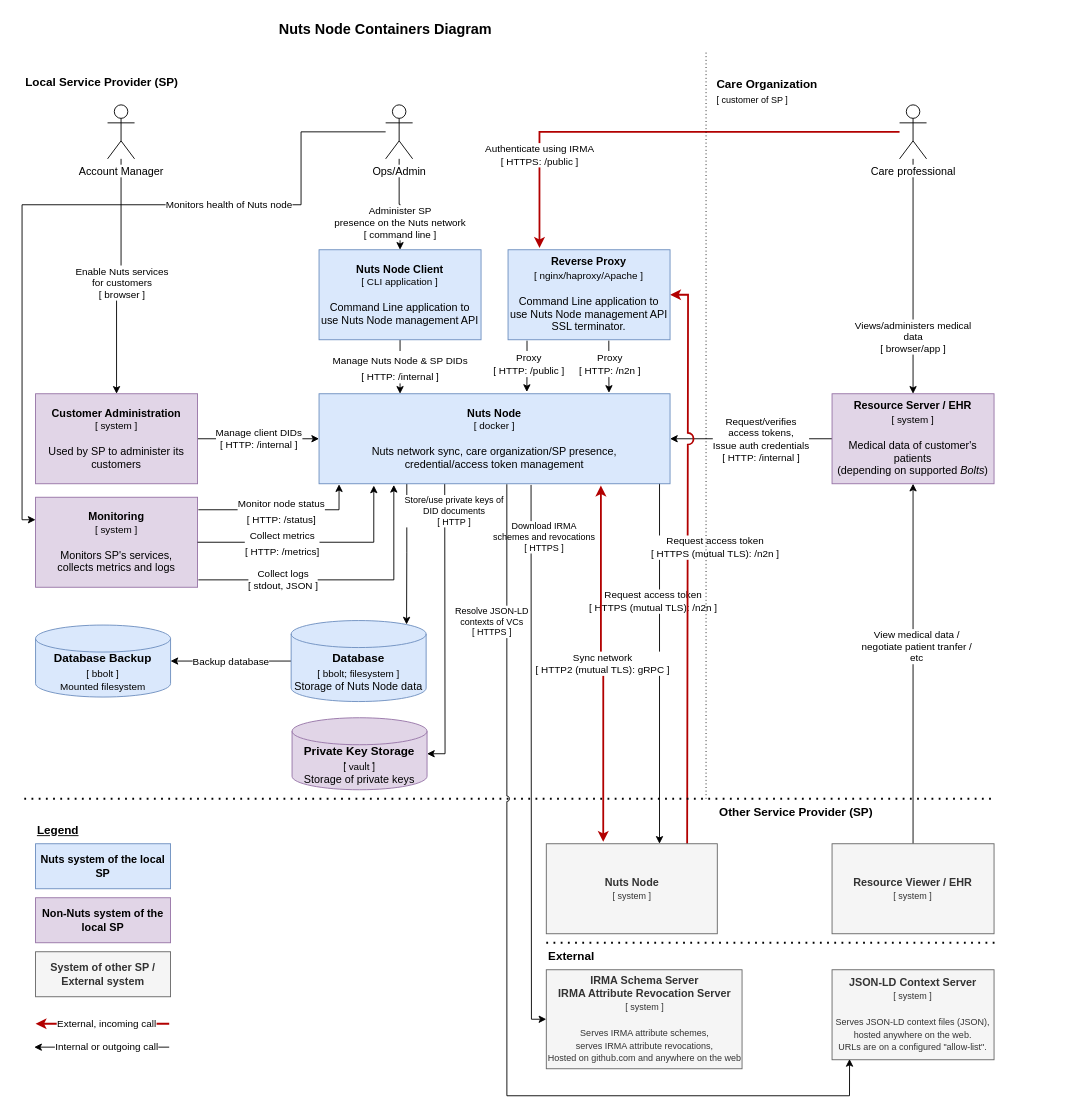
The draw.io diagram page "Container Diagram (IST)" (2 of 2) of docs/diagrams/deployment-diagram.drawio in nuts-foundation/nuts-node, before the edit. Source tidied: cells renumbered, new cells numbered last; positions are measured from the earlier drawing's top-left corner, leaving out a move shared by most shapes. Both pictures are drawn from the tidied source at 90%, with x=0, y=0 at pixel (22, 15).
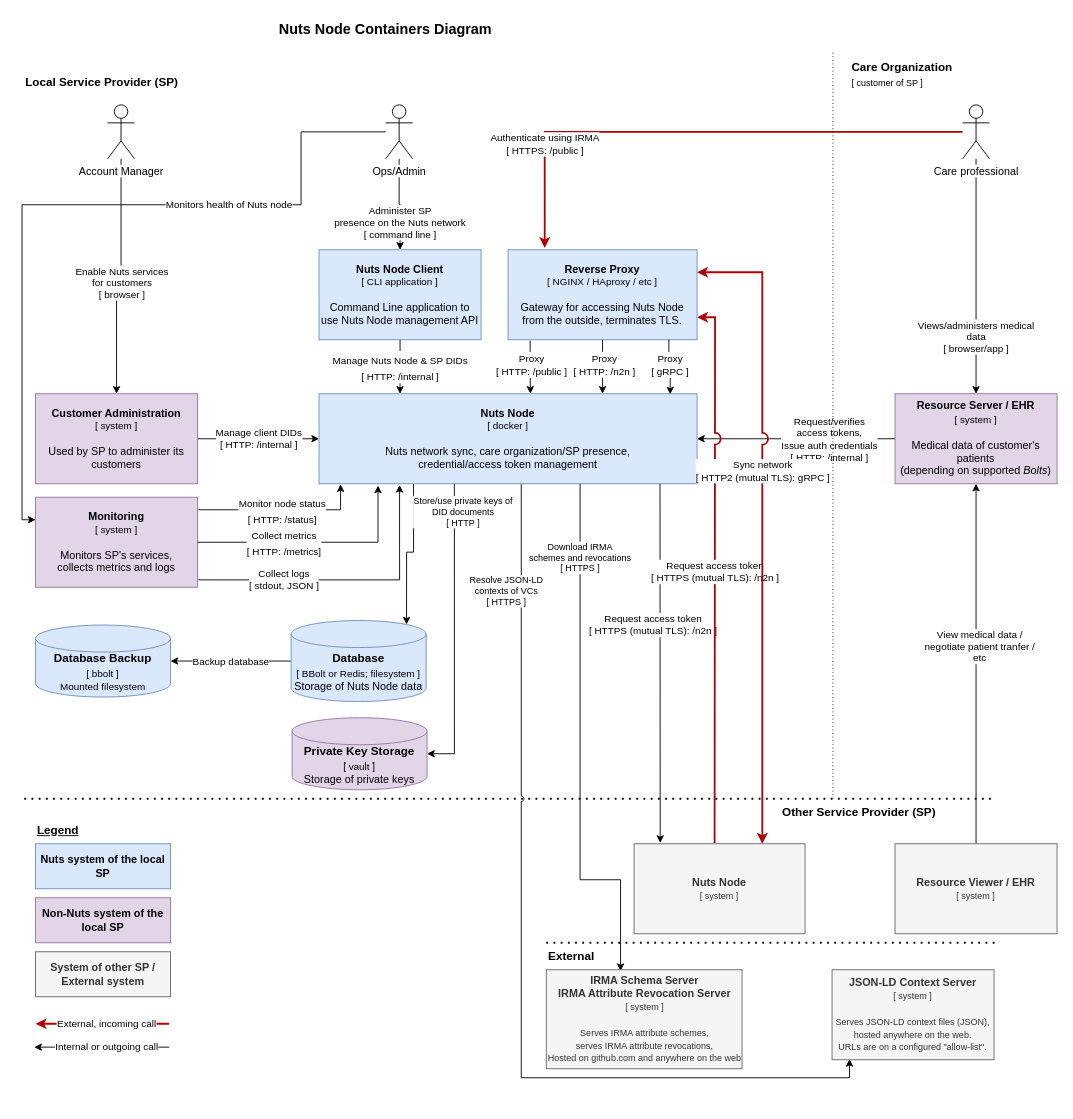
The same diagram, later.

Commit message (it also covers changes not shown here):
Docs: updated deployment diagram to recommend TLS offloading for gRPC traffic

The change refers to these unchanged cells:
```xml
<mxCell id="16" style="edgeStyle=orthogonalEdgeStyle;rounded=0;jettySize=auto;html=1;fontSize=11;strokeWidth=1;" parent="1" edge="1" source="18" target="15">
  <mxGeometry relative="1" as="geometry" />
</mxCell>
<mxCell id="52" value="&lt;b&gt;IRMA Schema Server&lt;br&gt;IRMA Attribute Revocation Server&lt;br&gt;&lt;/b&gt;&lt;font style=&quot;font-size: 10px;&quot;&gt;[ system ]&lt;br&gt;&lt;br&gt;Serves IRMA attribute schemes,&lt;br&gt;serves IRMA attribute revocations,&lt;br&gt;Hosted on github.com and anywhere on the web&lt;br&gt;&lt;/font&gt;" style="rounded=0;whiteSpace=wrap;html=1;fillColor=#f5f5f5;strokeColor=#666666;fontColor=#333333;" parent="1" vertex="1">
  <mxGeometry x="582.5" y="1060" width="217.5" height="110" as="geometry" />
</mxCell>
<mxCell id="53" value="&lt;b&gt;JSON-LD Context Server&lt;br&gt;&lt;/b&gt;&lt;font style=&quot;font-size: 10px;&quot;&gt;[ system ]&lt;br&gt;&lt;br&gt;Serves JSON-LD context files (JSON),&lt;br&gt;hosted anywhere on the web.&lt;br&gt;URLs are on a configured &quot;allow-list&quot;.&lt;br&gt;&lt;/font&gt;" style="rounded=0;whiteSpace=wrap;html=1;fillColor=#f5f5f5;strokeColor=#666666;fontColor=#333333;" parent="1" vertex="1">
  <mxGeometry x="900" y="1060" width="180" height="100" as="geometry" />
</mxCell>
<mxCell id="57" value="External" style="text;html=1;strokeColor=none;fillColor=none;align=left;verticalAlign=middle;whiteSpace=wrap;rounded=0;dashed=1;fontSize=13;fontStyle=1;" parent="1" vertex="1">
  <mxGeometry x="582.5" y="1030" width="185" height="30" as="geometry" />
</mxCell>
```

The edit, as a diff of the source:
```diff
@@
     <mxCell id="9" value="&lt;span style=&quot;background-color: rgb(255, 255, 255);&quot;&gt;Care professional&lt;br&gt;&lt;/span&gt;" style="shape=umlActor;verticalLabelPosition=bottom;verticalAlign=top;html=1;outlineConnect=0;" parent="1" vertex="1">
-      <mxGeometry x="975" y="99" width="30" height="60" as="geometry" />
+      <mxGeometry x="1045" y="99" width="30" height="60" as="geometry" />
     </mxCell>
@@
-    <mxCell id="11" value="Download IRMA&lt;br&gt;schemes and revocations&lt;br&gt;[ HTTPS ]" style="edgeStyle=orthogonalEdgeStyle;rounded=0;jumpStyle=arc;jettySize=auto;html=1;fontSize=10;strokeWidth=1;entryX=0;entryY=0.5;entryDx=0;entryDy=0;exitX=0.604;exitY=1.013;exitDx=0;exitDy=0;exitPerimeter=0;" parent="1" edge="1" source="15" target="52">
-      <mxGeometry x="-0.81" y="14" relative="1" as="geometry">
+    <mxCell id="11" value="Download IRMA&lt;br&gt;schemes and revocations&lt;br&gt;[ HTTPS ]" style="edgeStyle=orthogonalEdgeStyle;rounded=0;jumpStyle=arc;jettySize=auto;html=1;fontSize=10;strokeWidth=1;entryX=0.446;entryY=1.049;entryDx=0;entryDy=0;exitX=0.697;exitY=0.984;exitDx=0;exitDy=0;exitPerimeter=0;entryPerimeter=0;" parent="1" edge="1" source="15" target="57">
+      <mxGeometry x="-0.71" relative="1" as="geometry">
         <Array as="points">
-          <mxPoint x="566" y="715" />
-          <mxPoint x="566" y="960" />
+          <mxPoint x="620" y="518" />
+          <mxPoint x="620" y="960" />
+          <mxPoint x="665" y="960" />
         </Array>
       </mxGeometry>
     </mxCell>
@@
-    <mxCell id="13" style="edgeStyle=orthogonalEdgeStyle;rounded=0;jumpStyle=arc;jettySize=auto;html=1;fontSize=11;startArrow=none;startFill=0;strokeWidth=1;exitX=0.97;exitY=0.987;exitDx=0;exitDy=0;exitPerimeter=0;entryX=0.662;entryY=0;entryDx=0;entryDy=0;entryPerimeter=0;" parent="1" edge="1" source="15" target="24">
+    <mxCell id="13" style="edgeStyle=orthogonalEdgeStyle;rounded=0;jumpStyle=arc;jettySize=auto;html=1;fontSize=11;startArrow=none;startFill=0;strokeWidth=1;exitX=0.902;exitY=0.995;exitDx=0;exitDy=0;exitPerimeter=0;entryX=0.153;entryY=-0.009;entryDx=0;entryDy=0;entryPerimeter=0;" parent="1" edge="1" source="15" target="24">
       <mxGeometry relative="1" as="geometry" />
     </mxCell>
     <mxCell id="14" value="Request access token&lt;br&gt;[ HTTPS (mutual TLS): /n2n ]" style="edgeLabel;html=1;align=center;verticalAlign=middle;fontSize=11;" parent="13" vertex="1">
       <mxGeometry x="-0.17" y="3" relative="1" as="geometry">
-        <mxPoint x="-11" y="-35" as="offset" />
+        <mxPoint x="-11" y="-9" as="offset" />
       </mxGeometry>
     </mxCell>
     <mxCell id="15" value="&lt;b&gt;Nuts Node&lt;br&gt;&lt;/b&gt;&lt;font style=&quot;font-size: 11px;&quot;&gt;&lt;font style=&quot;font-size: 11px;&quot;&gt;[ docker ]&lt;/font&gt;&lt;br&gt;&lt;/font&gt;&lt;br&gt;Nuts network sync, care organization/SP presence,&lt;br&gt;credential/access token management" style="rounded=0;whiteSpace=wrap;html=1;fillColor=#dae8fc;strokeColor=#6c8ebf;" parent="1" vertex="1">
-      <mxGeometry x="330" y="420" width="390" height="100" as="geometry" />
+      <mxGeometry x="330" y="420" width="420" height="100" as="geometry" />
     </mxCell>
@@
     <mxCell id="17" value="Request/verifies&lt;br&gt;access tokens,&lt;br&gt;Issue auth credentials&lt;br&gt;[ HTTP: /internal ]" style="edgeLabel;html=1;align=center;verticalAlign=middle;fontSize=11;" parent="16" vertex="1">
       <mxGeometry x="0.09" y="-3" relative="1" as="geometry">
-        <mxPoint x="18" y="3" as="offset" />
+        <mxPoint x="46" y="3" as="offset" />
       </mxGeometry>
     </mxCell>
     <mxCell id="18" value="&lt;font style=&quot;&quot;&gt;&lt;b&gt;Resource Server / EHR&lt;br&gt;&lt;/b&gt;&lt;/font&gt;&lt;font style=&quot;font-size: 11px;&quot;&gt;&lt;font style=&quot;font-size: 11px;&quot;&gt;[ system ]&lt;/font&gt;&lt;br&gt;&lt;/font&gt;&lt;br&gt;Medical data of customer's patients&lt;br&gt;(depending on supported&amp;nbsp;&lt;i&gt;Bolts&lt;/i&gt;)" style="rounded=0;whiteSpace=wrap;html=1;fillColor=#e1d5e7;strokeColor=#9673a6;" parent="1" vertex="1">
-      <mxGeometry x="900" y="420" width="180" height="100" as="geometry" />
+      <mxGeometry x="970" y="420" width="180" height="100" as="geometry" />
     </mxCell>
@@
-    <mxCell id="23" value="Request access token&lt;br&gt;[ HTTPS (mutual TLS): /n2n ]" style="edgeStyle=orthogonalEdgeStyle;rounded=0;jettySize=auto;html=1;fontSize=11;strokeWidth=2;entryX=1;entryY=0.5;entryDx=0;entryDy=0;jumpStyle=arc;jumpSize=11;exitX=0.834;exitY=0.013;exitDx=0;exitDy=0;exitPerimeter=0;fillColor=#e51400;strokeColor=#B20000;" parent="1" edge="1" source="24" target="39">
-      <mxGeometry x="0.05" y="-30" relative="1" as="geometry">
-        <Array as="points">
-          <mxPoint x="739" y="800" />
-          <mxPoint x="740" y="800" />
-          <mxPoint x="740" y="310" />
-        </Array>
-      </mxGeometry>
+    <mxCell id="23" value="Request access token&lt;br&gt;[ HTTPS (mutual TLS): /n2n ]" style="edgeStyle=orthogonalEdgeStyle;rounded=0;jettySize=auto;html=1;fontSize=11;strokeWidth=2;jumpStyle=arc;jumpSize=11;fillColor=#e51400;strokeColor=#B20000;exitX=0.471;exitY=-0.008;exitDx=0;exitDy=0;exitPerimeter=0;entryX=1;entryY=0.75;entryDx=0;entryDy=0;" parent="1" edge="1" source="24" target="39">
+      <mxGeometry relative="1" as="geometry" />
     </mxCell>
     <mxCell id="24" value="&lt;b&gt;Nuts Node&lt;br&gt;&lt;/b&gt;&lt;font style=&quot;font-size: 10px;&quot;&gt;[ system ]&lt;/font&gt;" style="rounded=0;whiteSpace=wrap;html=1;fillColor=#f5f5f5;strokeColor=#666666;fontColor=#333333;" parent="1" vertex="1">
-      <mxGeometry x="582.5" y="920" width="190" height="100" as="geometry" />
+      <mxGeometry x="680" y="920" width="190" height="100" as="geometry" />
     </mxCell>
@@
-    <mxCell id="31" value="Database&lt;br&gt;&lt;span style=&quot;font-weight: normal; font-size: 11px;&quot;&gt;[ bbolt; filesystem ]&lt;/span&gt;&lt;br&gt;&lt;font style=&quot;font-size: 12px;&quot;&gt;&lt;span style=&quot;font-weight: normal;&quot;&gt;S&lt;/span&gt;&lt;span style=&quot;font-weight: normal;&quot;&gt;torage of Nuts Node data&lt;/span&gt;&lt;/font&gt;" style="shape=cylinder3;whiteSpace=wrap;html=1;boundedLbl=1;backgroundOutline=1;size=15;fontSize=13;fillColor=#dae8fc;strokeColor=#6c8ebf;fontStyle=1;" parent="1" vertex="1">
+    <mxCell id="31" value="Database&lt;br&gt;&lt;span style=&quot;font-weight: normal; font-size: 11px;&quot;&gt;[ BBolt or Redis; filesystem ]&lt;/span&gt;&lt;br&gt;&lt;font style=&quot;font-size: 12px;&quot;&gt;&lt;span style=&quot;font-weight: normal;&quot;&gt;S&lt;/span&gt;&lt;span style=&quot;font-weight: normal;&quot;&gt;torage of Nuts Node data&lt;/span&gt;&lt;/font&gt;" style="shape=cylinder3;whiteSpace=wrap;html=1;boundedLbl=1;backgroundOutline=1;size=15;fontSize=13;fillColor=#dae8fc;strokeColor=#6c8ebf;fontStyle=1;" parent="1" vertex="1">
       <mxGeometry x="299" y="672" width="150" height="90" as="geometry" />
     </mxCell>
@@
-    <mxCell id="37" style="edgeStyle=orthogonalEdgeStyle;rounded=0;jettySize=auto;html=1;fontSize=12;strokeWidth=1;exitX=0.117;exitY=1.01;exitDx=0;exitDy=0;exitPerimeter=0;entryX=0.592;entryY=-0.02;entryDx=0;entryDy=0;entryPerimeter=0;" parent="1" edge="1" source="39" target="15">
+    <mxCell id="37" style="edgeStyle=orthogonalEdgeStyle;rounded=0;jettySize=auto;html=1;fontSize=12;strokeWidth=1;exitX=0.117;exitY=1.01;exitDx=0;exitDy=0;exitPerimeter=0;entryX=0.559;entryY=0;entryDx=0;entryDy=0;entryPerimeter=0;" parent="1" edge="1" source="39" target="15">
       <mxGeometry relative="1" as="geometry" />
     </mxCell>
@@
-    <mxCell id="39" value="&lt;font style=&quot;&quot;&gt;&lt;b&gt;Reverse Proxy&lt;br&gt;&lt;/b&gt;&lt;/font&gt;&lt;font style=&quot;font-size: 11px;&quot;&gt;&lt;font style=&quot;font-size: 11px;&quot;&gt;[ nginx/haproxy/Apache ]&lt;/font&gt;&lt;br&gt;&lt;/font&gt;&lt;br&gt;Command Line application to use Nuts Node management API&lt;br&gt;SSL terminator." style="rounded=0;whiteSpace=wrap;html=1;fillColor=#dae8fc;strokeColor=#6c8ebf;" parent="1" vertex="1">
-      <mxGeometry x="540" y="260" width="180" height="100" as="geometry" />
+    <mxCell id="39" value="&lt;font style=&quot;&quot;&gt;&lt;b&gt;Reverse Proxy&lt;br&gt;&lt;/b&gt;&lt;/font&gt;&lt;font style=&quot;font-size: 11px;&quot;&gt;&lt;font style=&quot;font-size: 11px;&quot;&gt;[ NGINX / HAproxy / etc ]&lt;/font&gt;&lt;br&gt;&lt;/font&gt;&lt;br&gt;Gateway for accessing Nuts Node from the outside, terminates TLS." style="rounded=0;whiteSpace=wrap;html=1;fillColor=#dae8fc;strokeColor=#6c8ebf;" parent="1" vertex="1">
+      <mxGeometry x="540" y="260" width="210" height="100" as="geometry" />
     </mxCell>
@@
-    <mxCell id="42" style="edgeStyle=orthogonalEdgeStyle;rounded=0;jettySize=auto;html=1;fontSize=12;strokeWidth=1;exitX=0.622;exitY=1.01;exitDx=0;exitDy=0;exitPerimeter=0;entryX=0.826;entryY=-0.01;entryDx=0;entryDy=0;entryPerimeter=0;" parent="1" edge="1" source="39" target="15">
+    <mxCell id="42" style="edgeStyle=orthogonalEdgeStyle;rounded=0;jettySize=auto;html=1;fontSize=12;strokeWidth=1;exitX=0.5;exitY=1;exitDx=0;exitDy=0;entryX=0.75;entryY=0;entryDx=0;entryDy=0;" parent="1" edge="1" source="39" target="15">
       <mxGeometry relative="1" as="geometry" />
     </mxCell>
@@
-    <mxCell id="44" value="Sync network&lt;br&gt;[ HTTP2 (mutual TLS): gRPC ]" style="edgeStyle=orthogonalEdgeStyle;rounded=0;jettySize=auto;html=1;fontSize=11;strokeWidth=2;jumpStyle=arc;jumpSize=11;entryX=0.803;entryY=1.02;entryDx=0;entryDy=0;entryPerimeter=0;exitX=0.333;exitY=-0.021;exitDx=0;exitDy=0;exitPerimeter=0;startArrow=classic;startFill=1;fillColor=#e51400;strokeColor=#B20000;" parent="1" edge="1" source="24" target="15">
-      <mxGeometry relative="1" as="geometry" />
+    <mxCell id="44" value="Sync network&lt;br&gt;[ HTTP2 (mutual TLS): gRPC ]" style="edgeStyle=orthogonalEdgeStyle;rounded=0;jettySize=auto;html=1;fontSize=11;strokeWidth=2;jumpStyle=arc;jumpSize=11;entryX=1;entryY=0.25;entryDx=0;entryDy=0;exitX=0.75;exitY=0;exitDx=0;exitDy=0;startArrow=classic;startFill=1;fillColor=#e51400;strokeColor=#B20000;" parent="1" edge="1" source="24" target="39">
+      <mxGeometry x="0.17" relative="1" as="geometry" />
     </mxCell>
@@
     <mxCell id="49" value="&lt;font style=&quot;&quot;&gt;&lt;b&gt;Resource Viewer / EHR&lt;br&gt;&lt;/b&gt;&lt;/font&gt;&lt;font style=&quot;font-size: 10px;&quot;&gt;[ system ]&lt;/font&gt;" style="rounded=0;whiteSpace=wrap;html=1;fillColor=#f5f5f5;strokeColor=#666666;fontColor=#333333;" parent="1" vertex="1">
-      <mxGeometry x="900" y="920" width="180" height="100" as="geometry" />
+      <mxGeometry x="970" y="920" width="180" height="100" as="geometry" />
     </mxCell>
     <mxCell id="50" style="endArrow=none;dashed=1;html=1;dashPattern=1 3;strokeWidth=1;rounded=0;fontSize=13;" parent="1" edge="1">
       <mxGeometry relative="1" as="geometry">
-        <mxPoint x="760" y="870" as="sourcePoint" />
-        <mxPoint x="760" y="40" as="targetPoint" />
+        <mxPoint x="901" y="870" as="sourcePoint" />
+        <mxPoint x="901" y="40" as="targetPoint" />
       </mxGeometry>
     </mxCell>
     <mxCell id="51" value="Care Organization&lt;br&gt;&lt;span style=&quot;font-weight: normal;&quot;&gt;&lt;font style=&quot;font-size: 10px;&quot;&gt;[ customer of SP ]&lt;/font&gt;&lt;/span&gt;" style="text;html=1;strokeColor=none;fillColor=none;align=left;verticalAlign=middle;whiteSpace=wrap;rounded=0;dashed=1;fontSize=13;fontStyle=1;" parent="1" vertex="1">
-      <mxGeometry x="770" y="69" width="140" height="30" as="geometry" />
+      <mxGeometry x="920" y="50" width="140" height="30" as="geometry" />
     </mxCell>
@@
     <mxCell id="55" style="edgeStyle=orthogonalEdgeStyle;rounded=0;jumpStyle=arc;jettySize=auto;html=1;fontSize=10;strokeWidth=1;exitX=0.535;exitY=1.006;exitDx=0;exitDy=0;exitPerimeter=0;entryX=0.108;entryY=0.992;entryDx=0;entryDy=0;entryPerimeter=0;" parent="1" edge="1" source="15" target="53">
-      <mxGeometry relative="1" as="geometry">
-        <Array as="points">
-          <mxPoint x="539" y="1200" />
-          <mxPoint x="919" y="1200" />
-          <mxPoint x="919" y="1159" />
-        </Array>
-      </mxGeometry>
+      <mxGeometry relative="1" as="geometry" />
     </mxCell>
@@
     <mxCell id="61" value="Other Service Provider (SP)" style="text;html=1;strokeColor=none;fillColor=none;align=left;verticalAlign=middle;whiteSpace=wrap;rounded=0;dashed=1;fontSize=13;fontStyle=1;" parent="1" vertex="1">
-      <mxGeometry x="772.5" y="870" width="185" height="30" as="geometry" />
+      <mxGeometry x="842.5" y="870" width="185" height="30" as="geometry" />
     </mxCell>
+    <mxCell id="62" style="edgeStyle=orthogonalEdgeStyle;rounded=0;jettySize=auto;html=1;fontSize=12;strokeWidth=1;entryX=0.929;entryY=0.007;entryDx=0;entryDy=0;entryPerimeter=0;exitX=0.851;exitY=0.999;exitDx=0;exitDy=0;exitPerimeter=0;" parent="1" edge="1" source="39" target="15">
+      <mxGeometry relative="1" as="geometry" />
+    </mxCell>
+    <mxCell id="63" value="&lt;font style=&quot;font-size: 11px;&quot;&gt;Proxy&lt;br&gt;[ gRPC ]&lt;/font&gt;" style="edgeLabel;html=1;align=center;verticalAlign=middle;fontSize=12;" parent="62" vertex="1">
+      <mxGeometry x="-0.09" y="1" relative="1" as="geometry" />
+    </mxCell>
```
